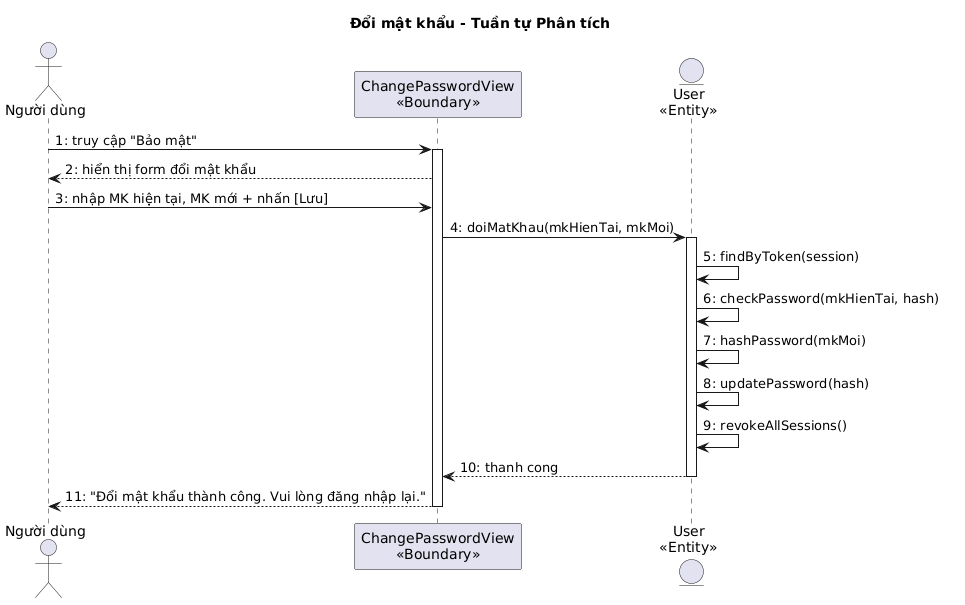
This is output/diagrams/account_seq_changepw_design.png from thanhtrnnn/cnpm, a PlantUML export, as it was before one commit.
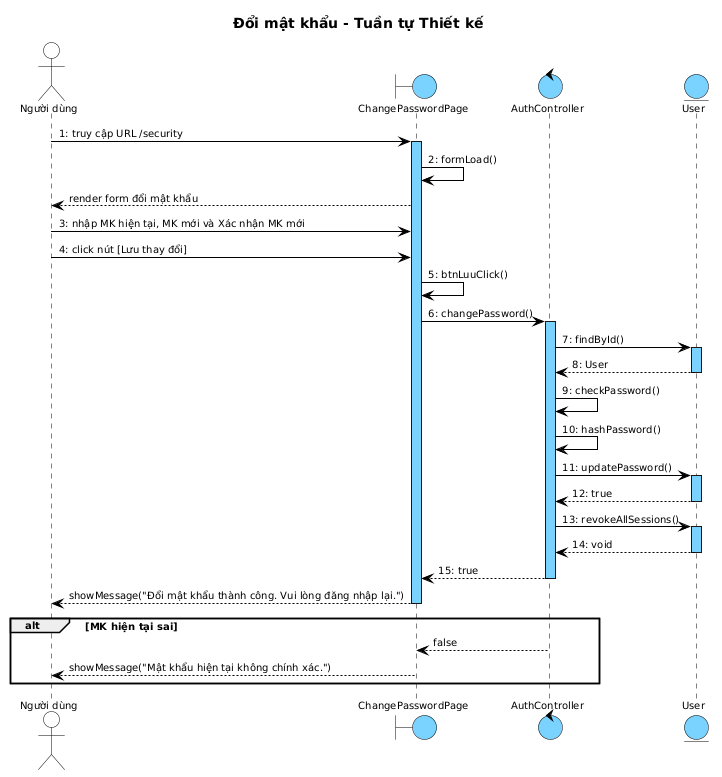
Above is the later version.

Diff of the diagram source:
```diff
@@ -1,23 +1,59 @@
 @startuml
-title Đổi mật khẩu - Tuần tự Phân tích
+skinparam shadowing false
+skinparam SequenceMessageAlign left
+skinparam SequenceLifeLineBackgroundColor #7AD2FF
+skinparam SequenceLifeLineBorderColor #000000
 
-actor "Người dùng" as ND
-participant "ChangePasswordView\n<<Boundary>>" as B1
-entity "User\n<<Entity>>" as E1
+<style>
+sequenceDiagram {
+  Shadowing 0; RoundCorner 0; FontName "Arial"; FontSize 10; FontColor #000000
+  participant { BackgroundColor #7AD2FF; LineColor #000000; LineThickness 1 }
+  actor { BackgroundColor transparent; LineColor #000000 }
+  boundary { BackgroundColor #7AD2FF; LineColor #000000 }
+  control { BackgroundColor #7AD2FF; LineColor #000000 }
+  entity { BackgroundColor #7AD2FF; LineColor #000000 }
+  lifeline { LineColor #000000; LineStyle 5-5 }
+  arrow { LineColor #000000; LineThickness 1; FontSize 10 }
+}
+</style>
 
-ND -> B1 : 1: truy cập "Bảo mật"
+title Đổi mật khẩu - Tuần tự Thiết kế
+
+actor "Người dùng" as User
+boundary ChangePasswordPage as B1
+control AuthController as C1
+entity User as E1
+
+User -> B1 : 1: truy cập URL /security
 activate B1
-B1 --> ND : 2: hiển thị form đổi mật khẩu
-ND -> B1 : 3: nhập MK hiện tại, MK mới + nhấn [Lưu]
-B1 -> E1 : 4: doiMatKhau(mkHienTai, mkMoi)
+B1 -> B1 : 2: formLoad()
+B1 --> User : render form đổi mật khẩu
+User -> B1 : 3: nhập MK hiện tại, MK mới và Xác nhận MK mới
+User -> B1 : 4: click nút [Lưu thay đổi]
+B1 -> B1 : 5: btnLuuClick()
+B1 -> C1 : 6: changePassword()
+activate C1
+C1 -> E1 : 7: findById()
 activate E1
-E1 -> E1 : 5: findByToken(session)
-E1 -> E1 : 6: checkPassword(mkHienTai, hash)
-E1 -> E1 : 7: hashPassword(mkMoi)
-E1 -> E1 : 8: updatePassword(hash)
-E1 -> E1 : 9: revokeAllSessions()
-E1 --> B1 : 10: thanh cong
+E1 --> C1 : 8: User
 deactivate E1
-B1 --> ND : 11: "Đổi mật khẩu thành công. Vui lòng đăng nhập lại."
+C1 -> C1 : 9: checkPassword()
+C1 -> C1 : 10: hashPassword()
+C1 -> E1 : 11: updatePassword()
+activate E1
+E1 --> C1 : 12: true
+deactivate E1
+C1 -> E1 : 13: revokeAllSessions()
+activate E1
+E1 --> C1 : 14: void
+deactivate E1
+C1 --> B1 : 15: true
+deactivate C1
+B1 --> User : showMessage("Đổi mật khẩu thành công. Vui lòng đăng nhập lại.")
 deactivate B1
+
+alt MK hiện tại sai
+  C1 --> B1 : false
+  B1 --> User : showMessage("Mật khẩu hiện tại không chính xác.")
+end
 @enduml
```
